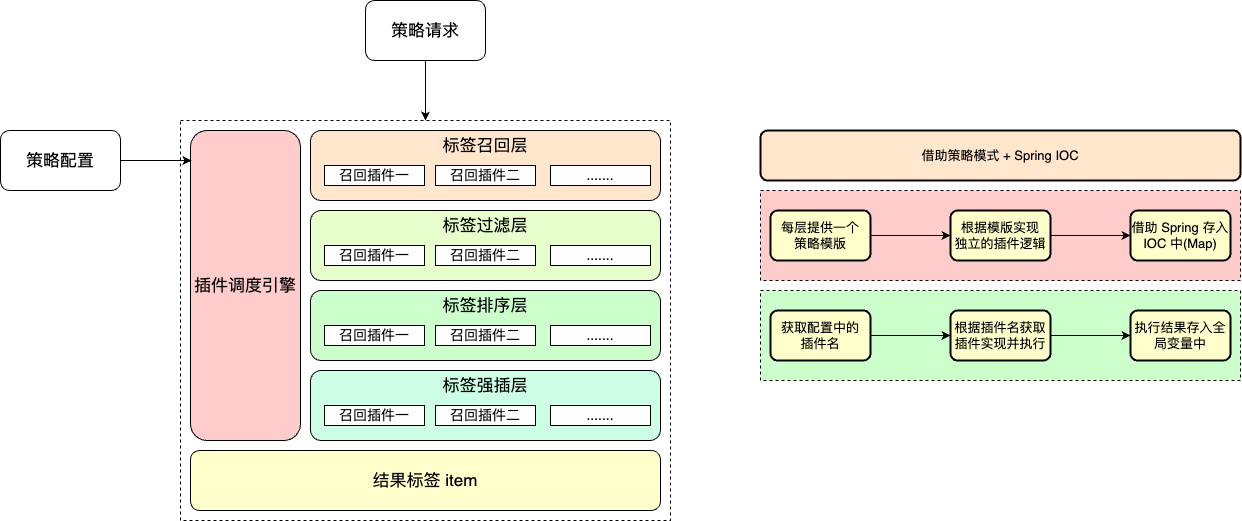
This is work-draw-file/标签复用之详细说明.png from liujunao/draw-data, a draw.io export, as it was before one commit. Source tidied: cells renumbered, new cells last; positions are measured from the earlier drawing's top-left corner, leaving out a move shared by most shapes.
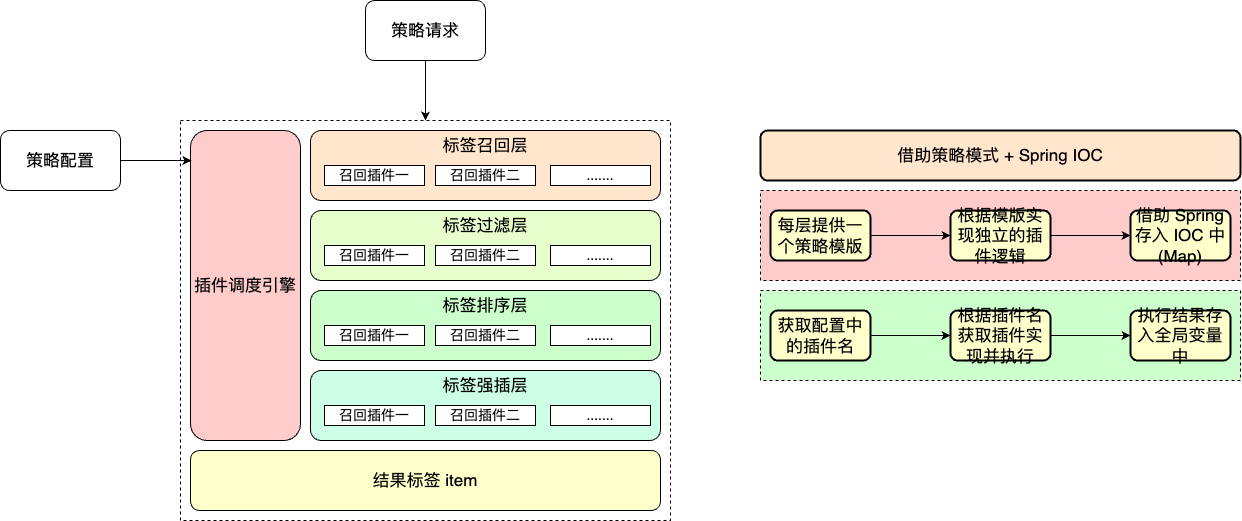
The same diagram one commit later.

Commit message:
更新标签复用之详细说明.png

Change to the diagram source:
```diff
@@ -11,40 +11,40 @@
     <mxCell id="4" style="rounded=0;whiteSpace=wrap;html=1;dashed=1;fillColor=#FFCCCC;" parent="1" vertex="1">
       <mxGeometry x="760" y="190" width="480" height="90" as="geometry" />
     </mxCell>
-    <mxCell id="5" value="借助策略模式 + Spring IOC" style="rounded=1;whiteSpace=wrap;html=1;absoluteArcSize=1;arcSize=14;strokeWidth=2;fillColor=#FFE6CC;" parent="1" vertex="1">
+    <mxCell id="5" value="&lt;font style=&quot;font-size: 17px;&quot;&gt;借助策略模式 + Spring IOC&lt;/font&gt;" style="rounded=1;whiteSpace=wrap;html=1;absoluteArcSize=1;arcSize=14;strokeWidth=2;fillColor=#FFE6CC;" parent="1" vertex="1">
       <mxGeometry x="760" y="130" width="480" height="50" as="geometry" />
     </mxCell>
     <mxCell id="6" style="edgeStyle=orthogonalEdgeStyle;rounded=0;jettySize=auto;html=1;exitX=1;exitY=0.5;exitDx=0;exitDy=0;" parent="1" edge="1" source="7" target="9">
       <mxGeometry relative="1" as="geometry" />
     </mxCell>
-    <mxCell id="7" value="每层提供一个&lt;br&gt;策略模版" style="rounded=1;whiteSpace=wrap;html=1;absoluteArcSize=1;arcSize=14;strokeWidth=2;fillColor=#FFFFCC;" parent="1" vertex="1">
+    <mxCell id="7" value="&lt;font style=&quot;font-size: 17px;&quot;&gt;每层提供一个策略模版&lt;/font&gt;" style="rounded=1;whiteSpace=wrap;html=1;absoluteArcSize=1;arcSize=14;strokeWidth=2;fillColor=#FFFFCC;" parent="1" vertex="1">
       <mxGeometry x="770" y="210" width="100" height="50" as="geometry" />
     </mxCell>
     <mxCell id="8" style="edgeStyle=orthogonalEdgeStyle;rounded=0;jettySize=auto;html=1;exitX=1;exitY=0.5;exitDx=0;exitDy=0;" parent="1" edge="1" source="9" target="10">
       <mxGeometry relative="1" as="geometry" />
     </mxCell>
-    <mxCell id="9" value="根据模版实现&lt;br&gt;独立的插件逻辑" style="rounded=1;whiteSpace=wrap;html=1;absoluteArcSize=1;arcSize=14;strokeWidth=2;fillColor=#FFFFCC;" parent="1" vertex="1">
+    <mxCell id="9" value="&lt;font style=&quot;font-size: 17px;&quot;&gt;根据模版实现独立的插件逻辑&lt;/font&gt;" style="rounded=1;whiteSpace=wrap;html=1;absoluteArcSize=1;arcSize=14;strokeWidth=2;fillColor=#FFFFCC;" parent="1" vertex="1">
       <mxGeometry x="950" y="210" width="100" height="50" as="geometry" />
     </mxCell>
-    <mxCell id="10" value="借助 Spring 存入 IOC 中(Map)" style="rounded=1;whiteSpace=wrap;html=1;absoluteArcSize=1;arcSize=14;strokeWidth=2;fillColor=#FFFFCC;" parent="1" vertex="1">
+    <mxCell id="10" value="&lt;font style=&quot;font-size: 17px;&quot;&gt;借助 Spring 存入 IOC 中(Map)&lt;/font&gt;" style="rounded=1;whiteSpace=wrap;html=1;absoluteArcSize=1;arcSize=14;strokeWidth=2;fillColor=#FFFFCC;" parent="1" vertex="1">
       <mxGeometry x="1130" y="210" width="100" height="50" as="geometry" />
     </mxCell>
     <mxCell id="11" style="edgeStyle=orthogonalEdgeStyle;rounded=0;orthogonalLoop=1;jettySize=auto;html=1;exitX=0.5;exitY=1;exitDx=0;exitDy=0;" parent="1" edge="1" source="10" target="10">
       <mxGeometry relative="1" as="geometry" />
     </mxCell>
-    <mxCell id="12" value="执行结果存入全局变量中" style="rounded=1;whiteSpace=wrap;html=1;absoluteArcSize=1;arcSize=14;strokeWidth=2;fillColor=#FFFFCC;" parent="1" vertex="1">
+    <mxCell id="12" value="&lt;font style=&quot;font-size: 17px;&quot;&gt;执行结果存入全局变量中&lt;/font&gt;" style="rounded=1;whiteSpace=wrap;html=1;absoluteArcSize=1;arcSize=14;strokeWidth=2;fillColor=#FFFFCC;" parent="1" vertex="1">
       <mxGeometry x="1130" y="310" width="100" height="50" as="geometry" />
     </mxCell>
     <mxCell id="13" style="edgeStyle=orthogonalEdgeStyle;rounded=0;jettySize=auto;html=1;exitX=1;exitY=0.5;exitDx=0;exitDy=0;entryX=0;entryY=0.5;entryDx=0;entryDy=0;" parent="1" edge="1" source="14" target="12">
       <mxGeometry relative="1" as="geometry" />
     </mxCell>
-    <mxCell id="14" value="根据插件名获取插件实现并执行" style="rounded=1;whiteSpace=wrap;html=1;absoluteArcSize=1;arcSize=14;strokeWidth=2;fillColor=#FFFFCC;" parent="1" vertex="1">
+    <mxCell id="14" value="&lt;font style=&quot;font-size: 17px;&quot;&gt;根据插件名获取插件实现并执行&lt;/font&gt;" style="rounded=1;whiteSpace=wrap;html=1;absoluteArcSize=1;arcSize=14;strokeWidth=2;fillColor=#FFFFCC;" parent="1" vertex="1">
       <mxGeometry x="950" y="310" width="100" height="50" as="geometry" />
     </mxCell>
     <mxCell id="15" style="edgeStyle=orthogonalEdgeStyle;rounded=0;jettySize=auto;html=1;exitX=1;exitY=0.5;exitDx=0;exitDy=0;" parent="1" edge="1" source="16" target="14">
       <mxGeometry relative="1" as="geometry" />
     </mxCell>
-    <mxCell id="16" value="获取配置中的&lt;br&gt;插件名" style="rounded=1;whiteSpace=wrap;html=1;absoluteArcSize=1;arcSize=14;strokeWidth=2;fillColor=#FFFFCC;" parent="1" vertex="1">
+    <mxCell id="16" value="&lt;font style=&quot;font-size: 17px;&quot;&gt;获取配置中的插件名&lt;/font&gt;" style="rounded=1;whiteSpace=wrap;html=1;absoluteArcSize=1;arcSize=14;strokeWidth=2;fillColor=#FFFFCC;" parent="1" vertex="1">
       <mxGeometry x="770" y="310" width="100" height="50" as="geometry" />
     </mxCell>
     <mxCell id="17" value="&lt;font size=&quot;3&quot;&gt;标签召回层&lt;br&gt;&lt;br&gt;&lt;br&gt;&lt;/font&gt;" style="rounded=1;whiteSpace=wrap;html=1;fillColor=#FFE6CC;" parent="1" vertex="1">
```
